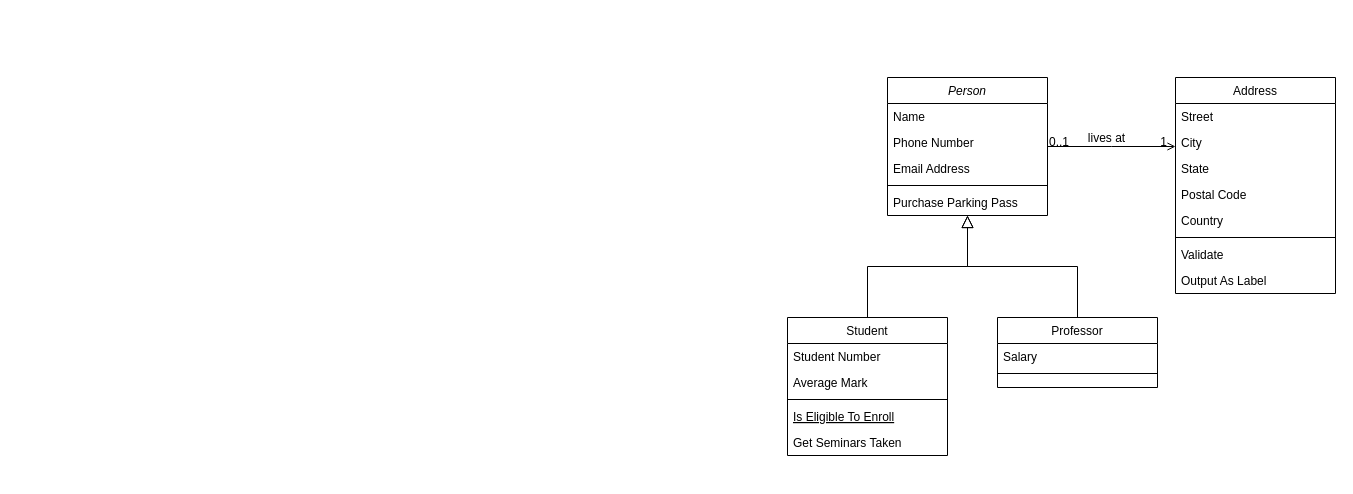
WoohoPark/headfrist-deginpattern keeps this draw.io diagram as 제목 없는 다이어그램.drawio. Above is the earlier version. Source tidied: cells renumbered, new cells numbered last; positions are measured from the earlier drawing's top-left corner, leaving out a move shared by most shapes. Both pictures are drawn from the tidied source at 100%, with x=0, y=0 at pixel (787, 77).
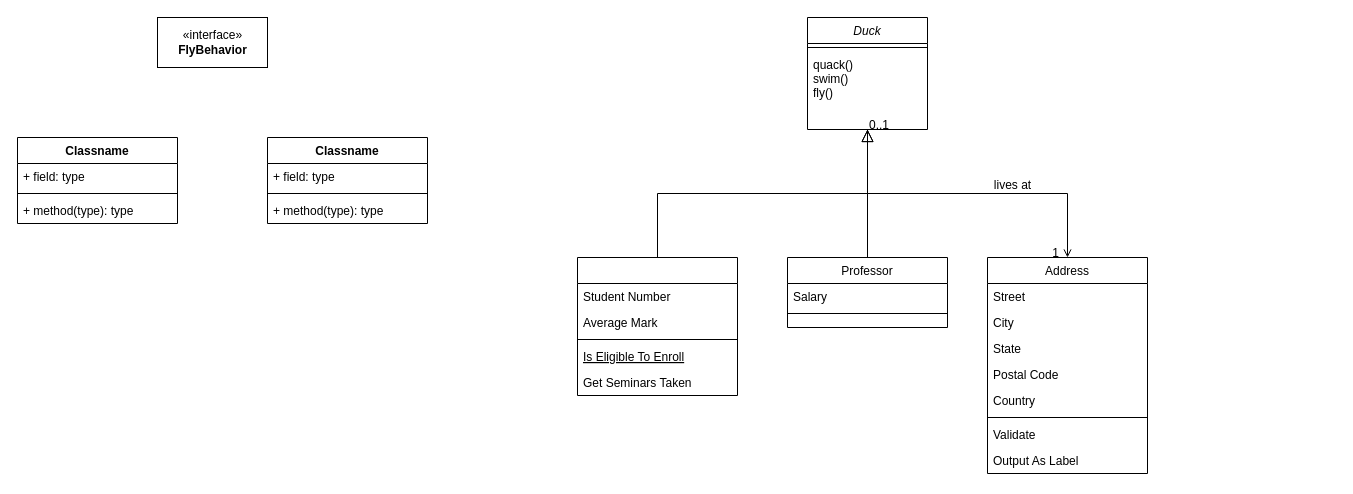
Above is the later version.

Commit message:
제목 없는 다이어그램.drawio 업데이트

What changed in the source:
```diff
@@
-    <mxCell id="2" value="Person" style="swimlane;fontStyle=2;align=center;verticalAlign=top;horizontal=1;startSize=26;rounded=0;shadow=0;strokeWidth=1;" parent="1" vertex="1">
-      <mxGeometry x="100" width="160" height="138" as="geometry" />
+    <mxCell id="2" value="Duck" style="swimlane;fontStyle=2;align=center;verticalAlign=top;horizontal=1;startSize=26;rounded=0;shadow=0;strokeWidth=1;" parent="1" vertex="1">
+      <mxGeometry x="20" y="-60" width="120" height="112" as="geometry" />
     </mxCell>
-    <mxCell id="3" value="Name" style="text;align=left;verticalAlign=top;spacingLeft=4;spacingRight=4;overflow=hidden;" parent="2" vertex="1">
-      <mxGeometry y="26" width="160" height="26" as="geometry" />
-    </mxCell>
-    <mxCell id="4" value="Phone Number" style="text;align=left;verticalAlign=top;spacingLeft=4;spacingRight=4;overflow=hidden;rounded=0;shadow=0;html=0;" parent="2" vertex="1">
-      <mxGeometry y="52" width="160" height="26" as="geometry" />
-    </mxCell>
-    <mxCell id="5" value="Email Address" style="text;align=left;verticalAlign=top;spacingLeft=4;spacingRight=4;overflow=hidden;rounded=0;shadow=0;html=0;" parent="2" vertex="1">
-      <mxGeometry y="78" width="160" height="26" as="geometry" />
-    </mxCell>
     <mxCell id="6" style="line;html=1;strokeWidth=1;align=left;verticalAlign=middle;spacingTop=-1;spacingLeft=3;spacingRight=3;labelPosition=right;" parent="2" vertex="1">
-      <mxGeometry y="104" width="160" height="8" as="geometry" />
+      <mxGeometry y="26" width="120" height="8" as="geometry" />
     </mxCell>
-    <mxCell id="7" value="Purchase Parking Pass" style="text;align=left;verticalAlign=top;spacingLeft=4;spacingRight=4;overflow=hidden;" parent="2" vertex="1">
-      <mxGeometry y="112" width="160" height="26" as="geometry" />
+    <mxCell id="7" value="quack()&#10;swim()&#10;fly()" style="text;align=left;verticalAlign=top;spacingLeft=4;spacingRight=4;overflow=hidden;" parent="2" vertex="1">
+      <mxGeometry y="34" width="120" height="56" as="geometry" />
     </mxCell>
-    <mxCell id="8" value="Student" style="swimlane;fontStyle=0;align=center;verticalAlign=top;horizontal=1;startSize=26;rounded=0;shadow=0;strokeWidth=1;" parent="1" vertex="1">
-      <mxGeometry y="240" width="160" height="138" as="geometry" />
+    <mxCell id="8" style="swimlane;fontStyle=0;align=center;verticalAlign=top;horizontal=1;startSize=26;rounded=0;shadow=0;strokeWidth=1;" parent="1" vertex="1">
+      <mxGeometry x="-210" y="180" width="160" height="138" as="geometry" />
     </mxCell>
@@
     <mxCell id="15" value="Professor" style="swimlane;fontStyle=0;align=center;verticalAlign=top;horizontal=1;startSize=26;rounded=0;shadow=0;strokeWidth=1;" parent="1" vertex="1">
-      <mxGeometry x="210" y="240" width="160" height="70" as="geometry" />
+      <mxGeometry y="180" width="160" height="70" as="geometry" />
     </mxCell>
@@
     <mxCell id="19" value="Address" style="swimlane;fontStyle=0;align=center;verticalAlign=top;horizontal=1;startSize=26;rounded=0;shadow=0;strokeWidth=1;" parent="1" vertex="1">
-      <mxGeometry x="388" width="160" height="216" as="geometry" />
+      <mxGeometry x="200" y="180" width="160" height="216" as="geometry" />
     </mxCell>
@@
+    <mxCell id="32" value="«interface»&lt;br&gt;&lt;b&gt;FlyBehavior&lt;/b&gt;" style="html=1;" parent="1" vertex="1">
+      <mxGeometry x="-630" y="-60" width="110" height="50" as="geometry" />
+    </mxCell>
+    <mxCell id="33" value="Classname" style="swimlane;fontStyle=1;align=center;verticalAlign=top;horizontal=1;startSize=26;" parent="1" vertex="1">
+      <mxGeometry x="-520" y="60" width="160" height="86" as="geometry" />
+    </mxCell>
+    <mxCell id="34" value="+ field: type" style="text;strokeColor=none;fillColor=none;align=left;verticalAlign=top;spacingLeft=4;spacingRight=4;overflow=hidden;" parent="33" vertex="1">
+      <mxGeometry y="26" width="160" height="26" as="geometry" />
+    </mxCell>
+    <mxCell id="35" style="line;strokeWidth=1;fillColor=none;align=left;verticalAlign=middle;spacingTop=-1;spacingLeft=3;spacingRight=3;labelPosition=right;strokeColor=inherit;" parent="33" vertex="1">
+      <mxGeometry y="52" width="160" height="8" as="geometry" />
+    </mxCell>
+    <mxCell id="36" value="+ method(type): type" style="text;strokeColor=none;fillColor=none;align=left;verticalAlign=top;spacingLeft=4;spacingRight=4;overflow=hidden;" parent="33" vertex="1">
+      <mxGeometry y="60" width="160" height="26" as="geometry" />
+    </mxCell>
+    <mxCell id="37" value="Classname" style="swimlane;fontStyle=1;align=center;verticalAlign=top;horizontal=1;startSize=26;" parent="1" vertex="1">
+      <mxGeometry x="-770" y="60" width="160" height="86" as="geometry" />
+    </mxCell>
+    <mxCell id="38" value="+ field: type" style="text;strokeColor=none;fillColor=none;align=left;verticalAlign=top;spacingLeft=4;spacingRight=4;overflow=hidden;" parent="37" vertex="1">
+      <mxGeometry y="26" width="160" height="26" as="geometry" />
+    </mxCell>
+    <mxCell id="39" style="line;strokeWidth=1;fillColor=none;align=left;verticalAlign=middle;spacingTop=-1;spacingLeft=3;spacingRight=3;labelPosition=right;strokeColor=inherit;" parent="37" vertex="1">
+      <mxGeometry y="52" width="160" height="8" as="geometry" />
+    </mxCell>
+    <mxCell id="40" value="+ method(type): type" style="text;strokeColor=none;fillColor=none;align=left;verticalAlign=top;spacingLeft=4;spacingRight=4;overflow=hidden;" parent="37" vertex="1">
+      <mxGeometry y="60" width="160" height="26" as="geometry" />
+    </mxCell>
```
